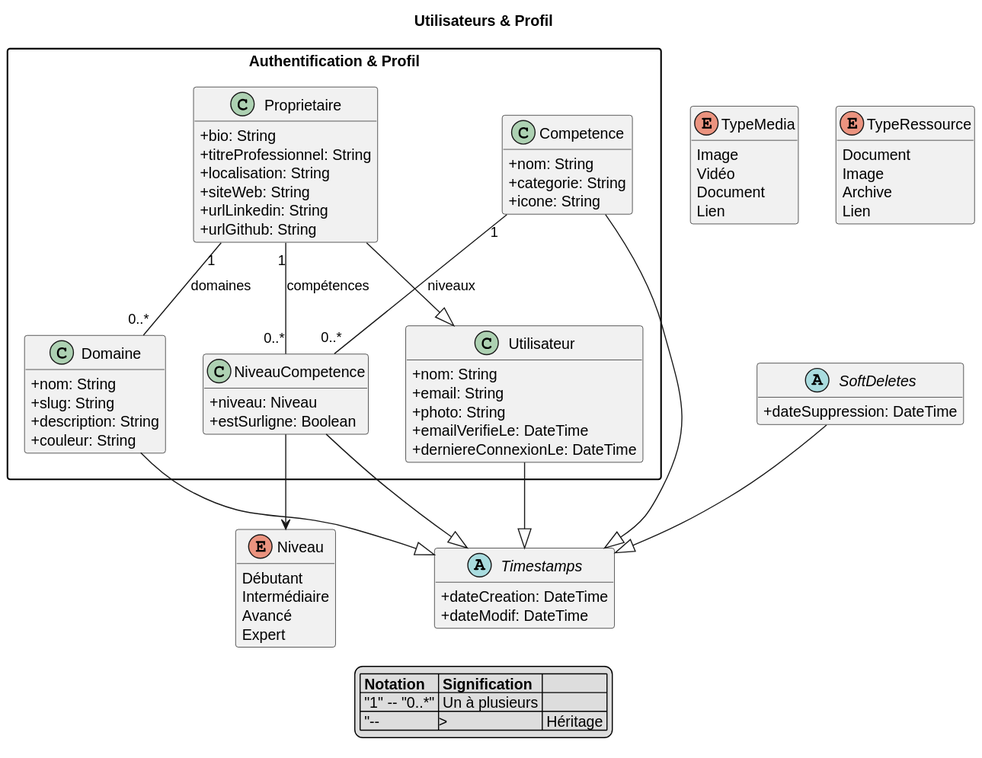
Before: uml-svg/class-diagram/02a-class-users.svg, a diagram exported from PlantUML (GAYENSIS09/baye-mor-gaye).
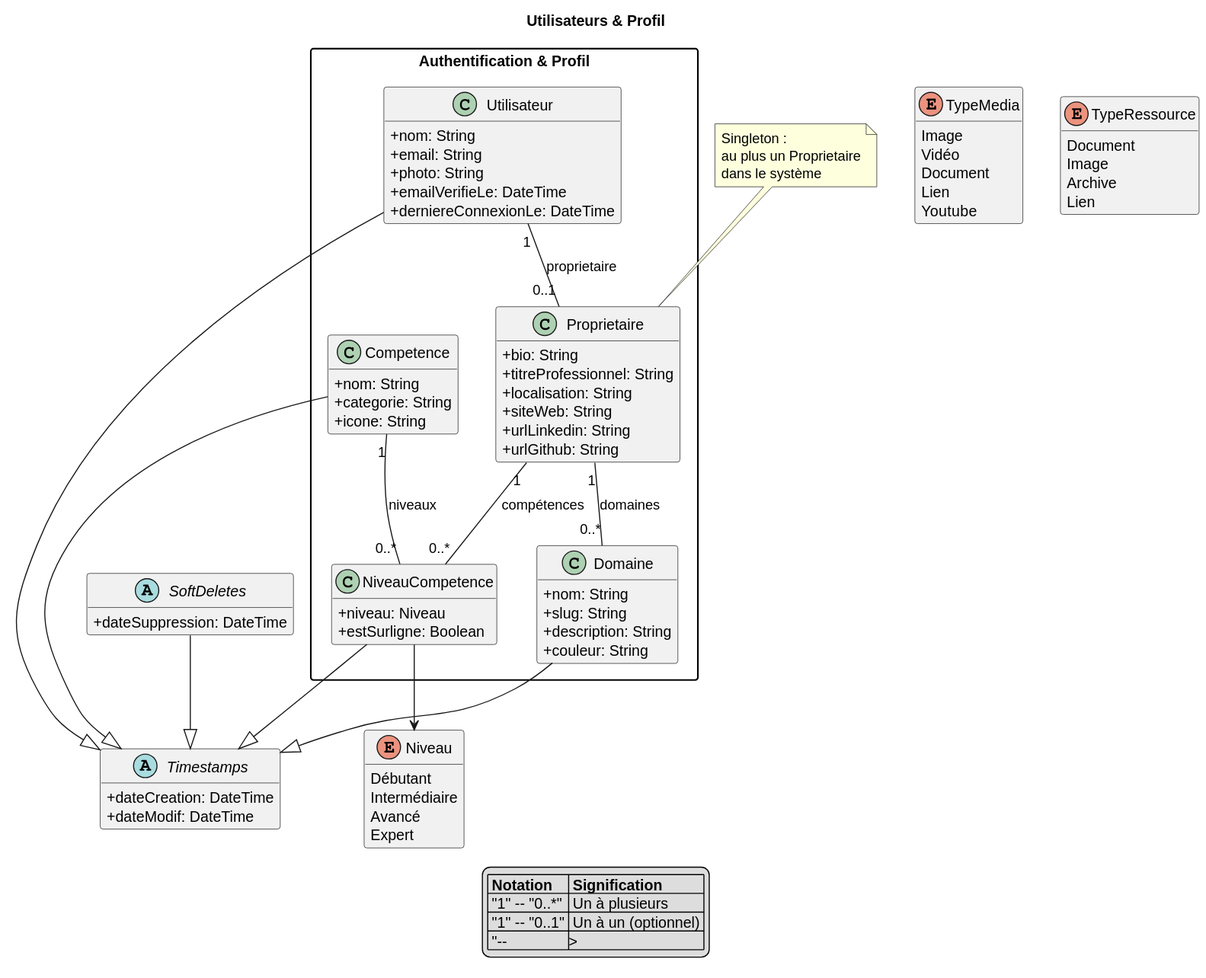
After the change.

What changed in the source:
```diff
@@ -28,7 +28,7 @@
     + urlGithub: String
   }
 
-  Proprietaire --|> Utilisateur
+  Utilisateur "1" -- "0..1" Proprietaire : proprietaire
 
   class Competence {
     + nom: String
@@ -61,9 +61,13 @@
 Competence "1" -- "0..*" NiveauCompetence : niveaux
 Proprietaire "1" -- "0..*" Domaine : domaines
 
+note "Singleton :\nau plus un Proprietaire\ndans le système" as N_SINGLETON
+N_SINGLETON .. Proprietaire
+
 legend bottom
   |= Notation |= Signification |
   | "1" -- "0..*" | Un à plusieurs |
+  | "1" -- "0..1" | Un à un (optionnel) |
   | "--|>  | Héritage |
 end legend
 @enduml
```
